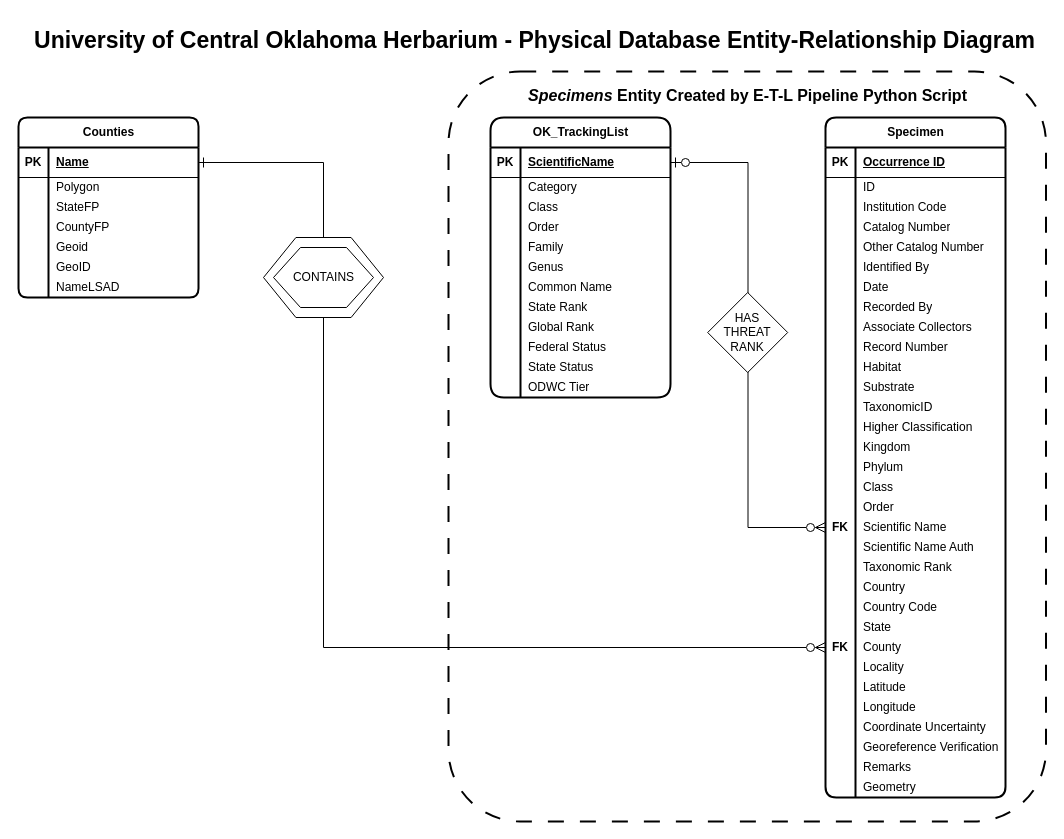
Above: docs/UCO_Herbarium_ERD_v2_DrawIO.drawio in Mwright710788/CapstoneFiles (draw.io), before the change. Source tidied: cells renumbered, new cells numbered last; positions are measured from the earlier drawing's top-left corner, leaving out a move shared by most shapes. Both pictures are drawn from the tidied source at 100%, with x=0, y=0 at pixel (18, 17).
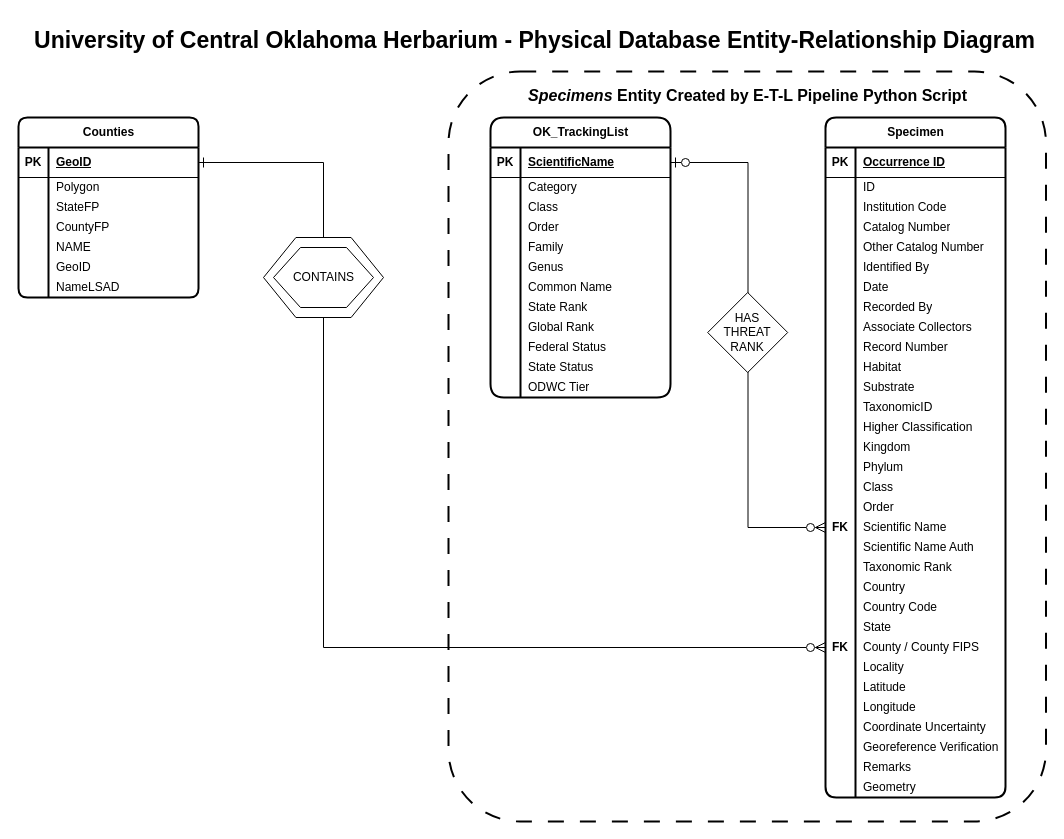
The same page after the edit.

The change refers to these unchanged cells:
```xml
<mxCell id="77" style="shape=tableRow;horizontal=0;startSize=0;swimlaneHead=0;swimlaneBody=0;fillColor=none;points=[[0,0.5],[1,0.5]];portConstraint=eastwest;top=0;left=0;right=0;bottom=0;" parent="4" vertex="1">
  <mxGeometry y="520" width="180" height="20" as="geometry" />
</mxCell>
<mxCell id="140" style="shape=tableRow;horizontal=0;startSize=0;swimlaneHead=0;swimlaneBody=0;fillColor=none;points=[[0,0.5],[1,0.5]];portConstraint=eastwest;top=0;left=0;right=0;bottom=1;" parent="139" vertex="1">
  <mxGeometry y="30" width="180" height="30" as="geometry" />
</mxCell>
<mxCell id="152" style="shape=tableRow;horizontal=0;startSize=0;swimlaneHead=0;swimlaneBody=0;fillColor=none;top=0;left=0;right=0;bottom=0;" parent="139" vertex="1">
  <mxGeometry y="120" width="180" height="20" as="geometry" />
</mxCell>
```

The edit, as a diff of the source:
```diff
@@
-    <mxCell id="79" value="County" style="shape=partialRectangle;fillColor=none;top=0;left=0;bottom=0;right=0;align=left;spacingLeft=6;overflow=hidden;whiteSpace=wrap;html=1;" parent="77" vertex="1">
+    <mxCell id="79" value="County / County FIPS" style="shape=partialRectangle;fillColor=none;top=0;left=0;bottom=0;right=0;align=left;spacingLeft=6;overflow=hidden;whiteSpace=wrap;html=1;" parent="77" vertex="1">
       <mxGeometry x="30" width="150" height="20" as="geometry" />
     </mxCell>
@@
-    <mxCell id="142" value="Name" style="shape=partialRectangle;fillColor=none;top=0;left=0;bottom=0;right=0;align=left;spacingLeft=6;fontStyle=5;overflow=hidden;whiteSpace=wrap;html=1;" parent="140" vertex="1">
+    <mxCell id="142" value="GeoID" style="shape=partialRectangle;fillColor=none;top=0;left=0;bottom=0;right=0;align=left;spacingLeft=6;fontStyle=5;overflow=hidden;whiteSpace=wrap;html=1;" parent="140" vertex="1">
       <mxGeometry x="30" width="150" height="30" as="geometry" />
     </mxCell>
@@
-    <mxCell id="154" value="Geoid" style="shape=partialRectangle;fillColor=none;top=0;left=0;bottom=0;right=0;align=left;spacingLeft=6;overflow=hidden;whiteSpace=wrap;html=1;" parent="152" vertex="1">
+    <mxCell id="154" value="NAME" style="shape=partialRectangle;fillColor=none;top=0;left=0;bottom=0;right=0;align=left;spacingLeft=6;overflow=hidden;whiteSpace=wrap;html=1;" parent="152" vertex="1">
       <mxGeometry x="30" width="150" height="20" as="geometry" />
     </mxCell>
```
